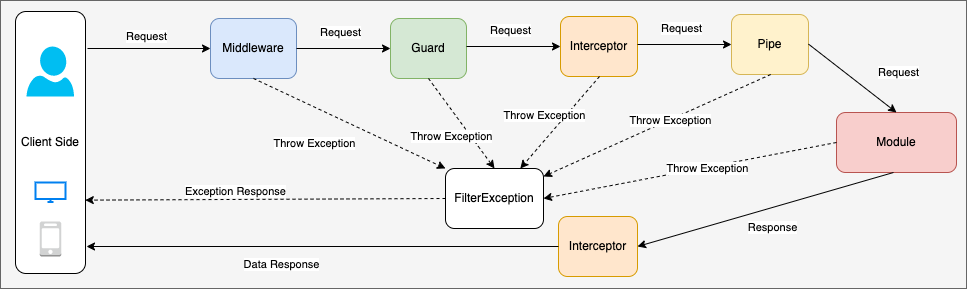
Above: RequestResponse.drawio.png in vnbrew/quynd-car-rent-nestjs (draw.io), before the change. Source tidied: cells renumbered, new cells last; positions are measured from the earlier drawing's top-left corner, leaving out a move shared by most shapes.
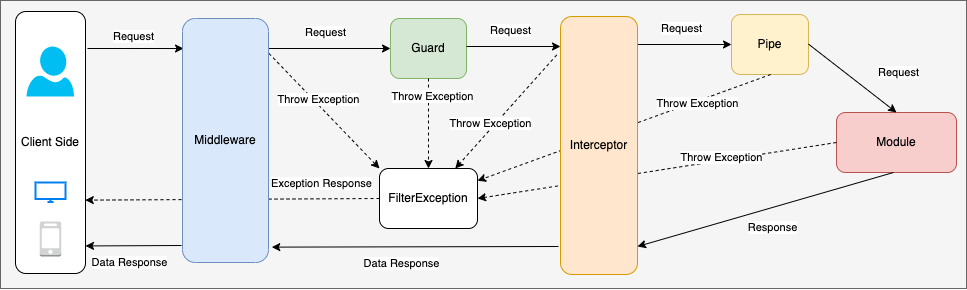
Later version of the same file.

Change to the diagram source:
```diff
@@ -13,28 +13,24 @@
     <mxCell id="4" value="Client Side" style="rounded=1;whiteSpace=wrap;html=1;" parent="1" vertex="1">
       <mxGeometry x="15" y="89" width="70" height="262" as="geometry" />
     </mxCell>
-    <mxCell id="5" value="Request" style="endArrow=classic;html=1;rounded=0;entryX=0;entryY=0.5;entryDx=0;entryDy=0;" parent="1" edge="1" target="6">
+    <mxCell id="5" value="Request" style="endArrow=classic;html=1;rounded=0;entryX=0.012;entryY=0.123;entryDx=0;entryDy=0;entryPerimeter=0;" parent="1" edge="1" target="6">
       <mxGeometry x="-0.04" y="12" relative="1" as="geometry">
         <mxPoint x="87" y="126" as="sourcePoint" />
       </mxGeometry>
     </mxCell>
-    <mxCell id="6" value="Middleware" style="rounded=1;whiteSpace=wrap;html=1;fillColor=#dae8fc;strokeColor=#6c8ebf;" parent="1" vertex="1">
-      <mxGeometry x="210" y="96" width="86" height="60" as="geometry" />
-    </mxCell>
     <mxCell id="7" value="Guard" style="rounded=1;whiteSpace=wrap;html=1;fillColor=#d5e8d4;strokeColor=#82b366;" parent="1" vertex="1">
       <mxGeometry x="390" y="96" width="76" height="60" as="geometry" />
     </mxCell>
-    <mxCell id="8" value="Request" style="endArrow=classic;html=1;rounded=0;exitX=1;exitY=0.5;exitDx=0;exitDy=0;entryX=0;entryY=0.5;entryDx=0;entryDy=0;" parent="1" edge="1" source="6" target="7">
+    <mxCell id="8" value="Request" style="endArrow=classic;html=1;rounded=0;entryX=0;entryY=0.5;entryDx=0;entryDy=0;" parent="1" edge="1" target="7">
       <mxGeometry x="-0.06" y="17" relative="1" as="geometry">
+        <mxPoint x="266" y="126" as="sourcePoint" />
         <mxPoint y="1" as="offset" />
       </mxGeometry>
     </mxCell>
-    <mxCell id="9" value="Interceptor" style="rounded=1;whiteSpace=wrap;html=1;fillColor=#ffe6cc;strokeColor=#d79b00;" parent="1" vertex="1">
-      <mxGeometry x="560" y="94" width="77" height="60" as="geometry" />
-    </mxCell>
-    <mxCell id="10" value="Request" style="endArrow=classic;html=1;rounded=0;exitX=1;exitY=0.5;exitDx=0;exitDy=0;entryX=0;entryY=0.5;entryDx=0;entryDy=0;" parent="1" edge="1" target="9">
+    <mxCell id="10" value="Request" style="endArrow=classic;html=1;rounded=0;exitX=1;exitY=0.5;exitDx=0;exitDy=0;" parent="1" edge="1">
       <mxGeometry x="-0.06" y="17" relative="1" as="geometry">
         <mxPoint x="466" y="124" as="sourcePoint" />
+        <mxPoint x="560" y="124" as="targetPoint" />
         <mxPoint y="1" as="offset" />
       </mxGeometry>
     </mxCell>
@@ -50,48 +46,47 @@
     <mxCell id="13" value="Module" style="rounded=1;whiteSpace=wrap;html=1;fillColor=#f8cecc;strokeColor=#b85450;" parent="1" vertex="1">
       <mxGeometry x="836" y="190" width="120" height="60" as="geometry" />
     </mxCell>
-    <mxCell id="14" value="Interceptor" style="rounded=1;whiteSpace=wrap;html=1;fillColor=#ffe6cc;strokeColor=#d79b00;" parent="1" vertex="1">
-      <mxGeometry x="558" y="294" width="79" height="60" as="geometry" />
-    </mxCell>
     <mxCell id="15" value="Request" style="endArrow=classic;html=1;rounded=0;exitX=1;exitY=0.5;exitDx=0;exitDy=0;entryX=0.5;entryY=0;entryDx=0;entryDy=0;" parent="1" edge="1" target="13">
       <mxGeometry x="0.59" y="33" relative="1" as="geometry">
         <mxPoint x="808" y="121.6" as="sourcePoint" />
       </mxGeometry>
     </mxCell>
-    <mxCell id="16" value="Response" style="endArrow=classic;html=1;rounded=0;exitX=1;exitY=0.5;exitDx=0;exitDy=0;entryX=1;entryY=0.5;entryDx=0;entryDy=0;" parent="1" edge="1" target="14">
+    <mxCell id="16" value="Response" style="endArrow=classic;html=1;rounded=0;exitX=1;exitY=0.5;exitDx=0;exitDy=0;entryX=1;entryY=0.5;entryDx=0;entryDy=0;" parent="1" edge="1">
       <mxGeometry x="-0.02" y="19" relative="1" as="geometry">
         <mxPoint x="893" y="250" as="sourcePoint" />
+        <mxPoint x="637" y="324" as="targetPoint" />
       </mxGeometry>
     </mxCell>
     <mxCell id="17" value="FilterException" style="rounded=1;whiteSpace=wrap;html=1;" parent="1" vertex="1">
-      <mxGeometry x="445" y="246" width="98" height="60" as="geometry" />
+      <mxGeometry x="379" y="246" width="98" height="60" as="geometry" />
     </mxCell>
-    <mxCell id="18" value="Data Response" style="endArrow=classic;html=1;rounded=0;exitX=0;exitY=0.5;exitDx=0;exitDy=0;" parent="1" edge="1" source="14">
-      <mxGeometry x="0.17" y="18" relative="1" as="geometry">
-        <mxPoint x="86" y="324" as="targetPoint" />
+    <mxCell id="18" value="Data Response" style="endArrow=classic;html=1;rounded=0;exitX=0;exitY=0.5;exitDx=0;exitDy=0;entryX=1.038;entryY=0.937;entryDx=0;entryDy=0;entryPerimeter=0;" parent="1" edge="1" target="6">
+      <mxGeometry x="0.1" y="17" relative="1" as="geometry">
+        <mxPoint x="558" y="324" as="sourcePoint" />
       </mxGeometry>
     </mxCell>
     <mxCell id="19" value="Exception Response" style="endArrow=classic;html=1;rounded=0;dashed=1;exitX=0;exitY=0.5;exitDx=0;exitDy=0;entryX=0.997;entryY=0.72;entryDx=0;entryDy=0;entryPerimeter=0;" parent="1" edge="1" source="17" target="4">
-      <mxGeometry x="0.16" y="-8" relative="1" as="geometry" />
+      <mxGeometry x="-0.61" y="-15" relative="1" as="geometry" />
     </mxCell>
-    <mxCell id="20" value="Throw Exception" style="endArrow=classic;html=1;rounded=0;dashed=1;exitX=0.5;exitY=1;exitDx=0;exitDy=0;entryX=0;entryY=0;entryDx=0;entryDy=0;" parent="1" edge="1" source="6" target="17">
-      <mxGeometry x="-0.23" y="-33" relative="1" as="geometry" />
+    <mxCell id="20" value="Throw Exception" style="endArrow=classic;html=1;rounded=0;dashed=1;exitX=1.005;exitY=0.143;exitDx=0;exitDy=0;entryX=0;entryY=0;entryDx=0;entryDy=0;exitPerimeter=0;" parent="1" edge="1" source="6" target="17">
+      <mxGeometry x="-0.15" y="4" relative="1" as="geometry" />
     </mxCell>
     <mxCell id="21" value="Throw Exception" style="endArrow=classic;html=1;rounded=0;dashed=1;exitX=0.5;exitY=1;exitDx=0;exitDy=0;entryX=0.5;entryY=0;entryDx=0;entryDy=0;" parent="1" edge="1" source="7" target="17">
-      <mxGeometry x="0.08" y="-16" relative="1" as="geometry" />
+      <mxGeometry x="-0.62" y="4" relative="1" as="geometry" />
     </mxCell>
-    <mxCell id="22" value="Throw Exception" style="endArrow=classic;html=1;rounded=0;dashed=1;exitX=0.5;exitY=1;exitDx=0;exitDy=0;" parent="1" edge="1" target="17">
-      <mxGeometry x="0.08" y="-16" relative="1" as="geometry">
-        <mxPoint x="599" y="154" as="sourcePoint" />
+    <mxCell id="22" value="Throw Exception" style="endArrow=classic;html=1;rounded=0;dashed=1;exitX=-0.049;exitY=0.149;exitDx=0;exitDy=0;exitPerimeter=0;" parent="1" edge="1" source="9" target="17">
+      <mxGeometry x="0.26" y="-3" relative="1" as="geometry">
+        <mxPoint y="-1" as="offset" />
       </mxGeometry>
     </mxCell>
     <mxCell id="23" value="Throw Exception" style="endArrow=classic;html=1;rounded=0;dashed=1;exitX=0.5;exitY=1;exitDx=0;exitDy=0;" parent="1" edge="1" target="17">
-      <mxGeometry x="-0.11" y="1" relative="1" as="geometry">
+      <mxGeometry x="-0.49" y="2" relative="1" as="geometry">
         <mxPoint x="770.2" y="152" as="sourcePoint" />
+        <mxPoint x="1" as="offset" />
       </mxGeometry>
     </mxCell>
     <mxCell id="24" value="Throw Exception" style="endArrow=classic;html=1;rounded=0;dashed=1;exitX=0;exitY=0.5;exitDx=0;exitDy=0;entryX=1;entryY=0.5;entryDx=0;entryDy=0;" parent="1" edge="1" source="13" target="17">
-      <mxGeometry x="-0.11" y="1" relative="1" as="geometry" />
+      <mxGeometry x="-0.36" y="-3" relative="1" as="geometry" />
     </mxCell>
     <mxCell id="25" style="verticalLabelPosition=bottom;html=1;verticalAlign=top;align=center;strokeColor=none;fillColor=#00BEF2;shape=mxgraph.azure.user;" parent="1" vertex="1">
       <mxGeometry x="26" y="124" width="47.5" height="50" as="geometry" />
@@ -102,5 +97,17 @@
     <mxCell id="27" style="dashed=0;verticalLabelPosition=bottom;verticalAlign=top;align=center;html=1;shape=mxgraph.aws3.mobile_client;fillColor=#D2D3D3;gradientColor=none;" parent="1" vertex="1">
       <mxGeometry x="39.2" y="299" width="21.5" height="35" as="geometry" />
     </mxCell>
+    <mxCell id="28" value="Data Response" style="endArrow=classic;html=1;rounded=0;" parent="1" edge="1">
+      <mxGeometry x="0.1" y="17" relative="1" as="geometry">
+        <mxPoint x="181" y="323" as="sourcePoint" />
+        <mxPoint x="85" y="323.4" as="targetPoint" />
+      </mxGeometry>
+    </mxCell>
+    <mxCell id="9" value="Interceptor" style="rounded=1;whiteSpace=wrap;html=1;fillColor=#ffe6cc;strokeColor=#d79b00;" parent="1" vertex="1">
+      <mxGeometry x="560" y="94" width="77" height="258" as="geometry" />
+    </mxCell>
+    <mxCell id="6" value="Middleware" style="rounded=1;whiteSpace=wrap;html=1;fillColor=#dae8fc;strokeColor=#6c8ebf;" parent="1" vertex="1">
+      <mxGeometry x="182" y="96" width="86" height="244" as="geometry" />
+    </mxCell>
   </root>
 </mxGraphModel>
```
